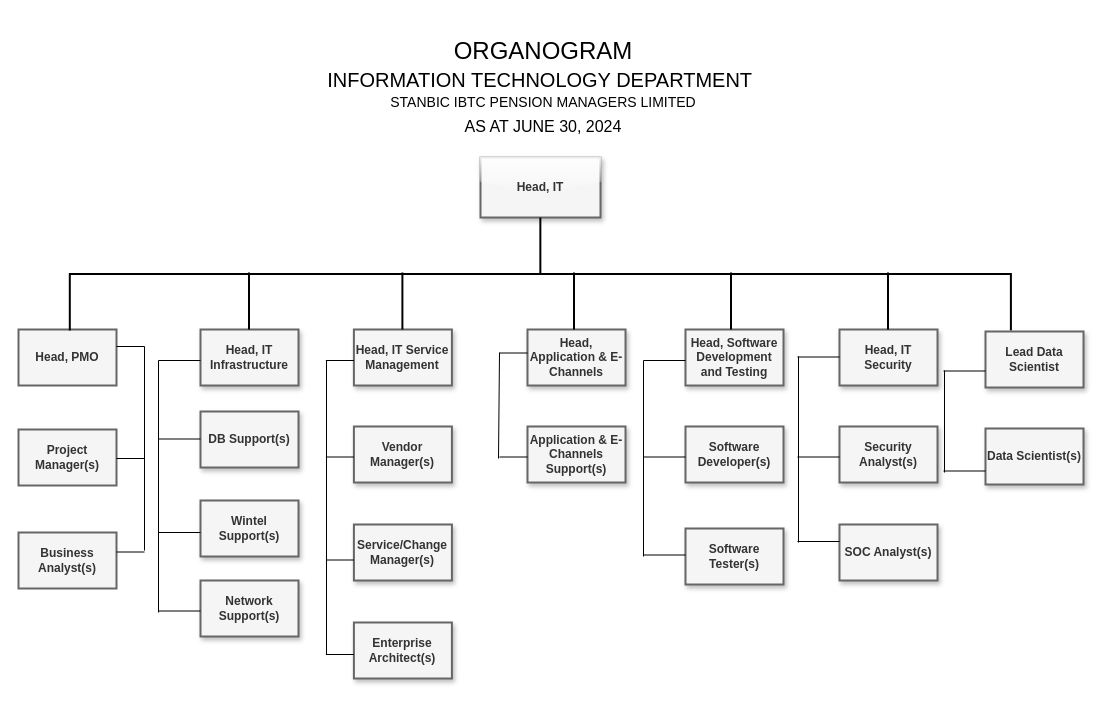
This is organogram.drawio from Great-B/standard-arch-diagrams, a draw.io file, before an edit. Source tidied: cells renumbered, new cells numbered last; positions are measured from the earlier drawing's top-left corner, leaving out a move shared by most shapes. Both pictures are drawn from the tidied source at 100%, with x=0, y=0 at pixel (18, -197).
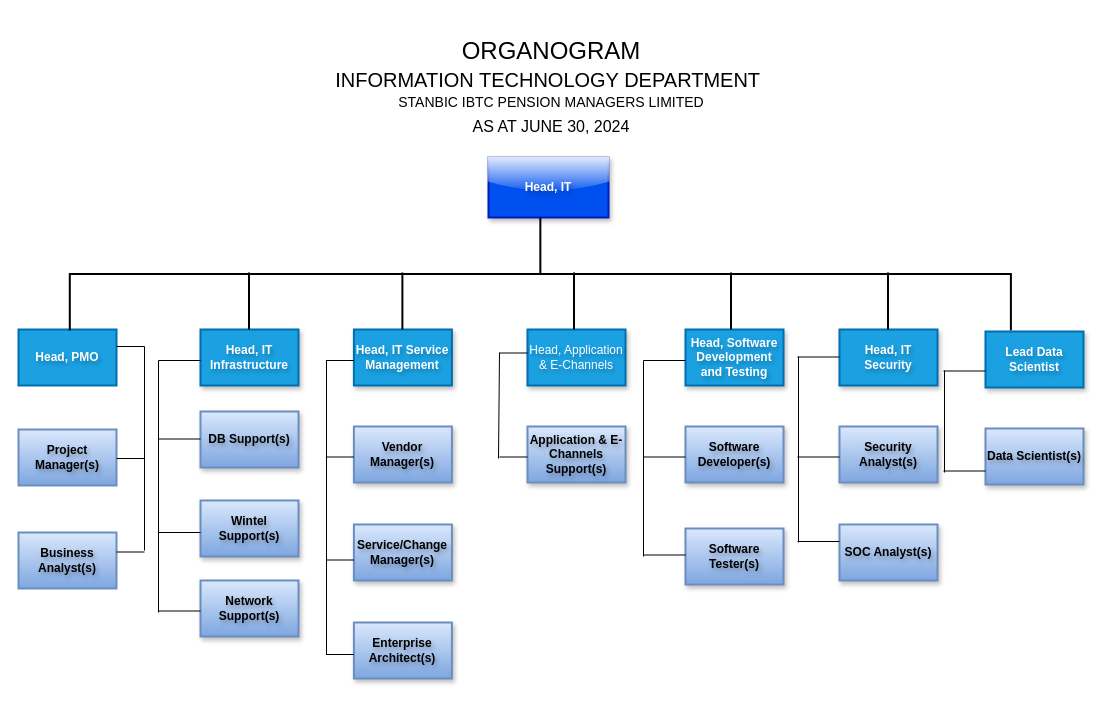
The same page after the edit.

The edit, as a diff of the source:
```diff
@@
-    <mxCell id="2" value="&lt;b&gt;Head, IT&lt;/b&gt;" style="rounded=0;whiteSpace=wrap;html=1;strokeWidth=2;perimeterSpacing=0;glass=1;shadow=1;fontStyle=0;fillColor=#f5f5f5;fontColor=#333333;strokeColor=#666666;gradientColor=none;" parent="1" vertex="1">
-      <mxGeometry x="462" y="354" width="120" height="60" as="geometry" />
+    <mxCell id="2" value="&lt;b&gt;Head, IT&lt;/b&gt;" style="rounded=0;whiteSpace=wrap;html=1;strokeWidth=2;perimeterSpacing=0;glass=1;shadow=1;fontStyle=0;fillColor=#0050ef;strokeColor=#001DBC;fontColor=#ffffff;textShadow=1;" parent="1" vertex="1">
+      <mxGeometry x="470" y="354" width="120" height="60" as="geometry" />
     </mxCell>
     <mxCell id="3" value="&lt;font style=&quot;font-size: 24px;&quot;&gt;ORGANOGRAM&lt;br&gt;&lt;/font&gt;&lt;div style=&quot;&quot;&gt;&lt;font style=&quot;&quot;&gt;&lt;font style=&quot;&quot;&gt;&lt;span style=&quot;background-color: initial;&quot;&gt;&lt;font style=&quot;font-size: 20px;&quot;&gt;INFORMATION TECHNOLOGY DEPARTMENT&lt;/font&gt;&lt;/span&gt;&lt;span style=&quot;font-size: 24px; background-color: initial;&quot;&gt;&amp;nbsp;&lt;br&gt;&lt;/span&gt;&lt;font style=&quot;font-size: 14px;&quot;&gt;STANBIC IBTC PENSION MANAGERS LIMITED&lt;/font&gt;&lt;/font&gt;&lt;/font&gt;&lt;div style=&quot;font-size: 23px;&quot;&gt;&lt;font size=&quot;3&quot; style=&quot;&quot;&gt;AS AT JUNE 30, 2024&lt;/font&gt;&lt;/div&gt;&lt;/div&gt;" style="rounded=0;whiteSpace=wrap;html=1;strokeColor=none;fillColor=none;" parent="1" vertex="1">
-      <mxGeometry x="28" y="214" width="994" height="140" as="geometry" />
+      <mxGeometry x="36" y="214" width="994" height="140" as="geometry" />
     </mxCell>
-    <mxCell id="4" value="&lt;b&gt;Head, PMO&lt;/b&gt;" style="rounded=0;whiteSpace=wrap;html=1;strokeWidth=2;perimeterSpacing=0;glass=0;shadow=0;fontStyle=0;fillColor=#f5f5f5;fontColor=#333333;strokeColor=#666666;gradientColor=none;" parent="1" vertex="1">
+    <mxCell id="4" value="&lt;b&gt;Head, PMO&lt;/b&gt;" style="rounded=0;whiteSpace=wrap;html=1;strokeWidth=2;perimeterSpacing=0;glass=0;shadow=0;fontStyle=0;fillColor=#1ba1e2;fontColor=#ffffff;strokeColor=#006EAF;textShadow=1;" parent="1" vertex="1">
       <mxGeometry y="526" width="98" height="56" as="geometry" />
     </mxCell>
-    <mxCell id="5" value="&lt;b&gt;Head, IT Infrastructure&lt;/b&gt;" style="rounded=0;whiteSpace=wrap;html=1;strokeWidth=2;perimeterSpacing=0;glass=0;shadow=1;fontStyle=0;fillColor=#f5f5f5;fontColor=#333333;strokeColor=#666666;gradientColor=none;" parent="1" vertex="1">
+    <mxCell id="5" value="&lt;b&gt;Head, IT Infrastructure&lt;/b&gt;" style="rounded=0;whiteSpace=wrap;html=1;strokeWidth=2;perimeterSpacing=0;glass=0;shadow=1;fontStyle=0;fillColor=#1ba1e2;fontColor=#ffffff;strokeColor=#006EAF;textShadow=1;" parent="1" vertex="1">
       <mxGeometry x="182" y="526" width="98" height="56" as="geometry" />
     </mxCell>
-    <mxCell id="6" value="&lt;b&gt;Head, IT Service Management&lt;/b&gt;" style="rounded=0;whiteSpace=wrap;html=1;strokeWidth=2;perimeterSpacing=0;glass=0;shadow=1;fontStyle=0;fillColor=#f5f5f5;fontColor=#333333;strokeColor=#666666;gradientColor=none;" parent="1" vertex="1">
+    <mxCell id="6" value="&lt;b&gt;Head, IT Service Management&lt;/b&gt;" style="rounded=0;whiteSpace=wrap;html=1;strokeWidth=2;perimeterSpacing=0;glass=0;shadow=1;fontStyle=0;fillColor=#1ba1e2;fontColor=#ffffff;strokeColor=#006EAF;textShadow=1;" parent="1" vertex="1">
       <mxGeometry x="335.4" y="526" width="98" height="56" as="geometry" />
     </mxCell>
-    <mxCell id="7" value="&lt;b&gt;Head, Application &amp;amp; E-Channels&lt;/b&gt;" style="rounded=0;whiteSpace=wrap;html=1;strokeWidth=2;perimeterSpacing=0;glass=0;shadow=1;fontStyle=0;fillColor=#f5f5f5;fontColor=#333333;strokeColor=#666666;gradientColor=none;" parent="1" vertex="1">
+    <mxCell id="7" value="Head, Application &amp;amp; E-Channels" style="rounded=0;strokeWidth=2;perimeterSpacing=0;glass=0;shadow=1;fontStyle=0;fillColor=#1ba1e2;fontColor=#ffffff;strokeColor=#006EAF;textShadow=1;whiteSpace=wrap;html=1;" parent="1" vertex="1">
       <mxGeometry x="509" y="526" width="98" height="56" as="geometry" />
     </mxCell>
-    <mxCell id="8" value="&lt;b&gt;Head, Software Development and Testing&lt;/b&gt;" style="rounded=0;whiteSpace=wrap;html=1;strokeWidth=2;perimeterSpacing=0;glass=0;shadow=1;fontStyle=0;fillColor=#f5f5f5;fontColor=#333333;strokeColor=#666666;gradientColor=none;" parent="1" vertex="1">
+    <mxCell id="8" value="&lt;b&gt;Head, Software Development and Testing&lt;/b&gt;" style="rounded=0;whiteSpace=wrap;html=1;strokeWidth=2;perimeterSpacing=0;glass=0;shadow=1;fontStyle=0;fillColor=#1ba1e2;fontColor=#ffffff;strokeColor=#006EAF;textShadow=1;" parent="1" vertex="1">
       <mxGeometry x="667" y="526" width="98" height="56" as="geometry" />
     </mxCell>
-    <mxCell id="9" value="&lt;b&gt;Head, IT Security&lt;/b&gt;" style="rounded=0;whiteSpace=wrap;html=1;strokeWidth=2;perimeterSpacing=0;glass=0;shadow=1;fontStyle=0;fillColor=#f5f5f5;fontColor=#333333;strokeColor=#666666;gradientColor=none;" parent="1" vertex="1">
+    <mxCell id="9" value="&lt;b&gt;Head, IT Security&lt;/b&gt;" style="rounded=0;whiteSpace=wrap;html=1;strokeWidth=2;perimeterSpacing=0;glass=0;shadow=1;fontStyle=0;fillColor=#1ba1e2;fontColor=#ffffff;strokeColor=#006EAF;textShadow=1;" parent="1" vertex="1">
       <mxGeometry x="821" y="526" width="98" height="56" as="geometry" />
     </mxCell>
@@
-    <mxCell id="11" value="&lt;b&gt;Project Manager(s)&lt;/b&gt;" style="rounded=0;whiteSpace=wrap;html=1;strokeWidth=2;perimeterSpacing=0;glass=0;shadow=0;fontStyle=0;fillColor=#f5f5f5;fontColor=#333333;strokeColor=#666666;gradientColor=none;" parent="1" vertex="1">
+    <mxCell id="11" value="&lt;b&gt;Project Manager(s)&lt;/b&gt;" style="rounded=0;whiteSpace=wrap;html=1;strokeWidth=2;perimeterSpacing=0;glass=0;shadow=0;fontStyle=0;fillColor=#dae8fc;strokeColor=#6c8ebf;gradientColor=#7ea6e0;labelBackgroundColor=none;labelBorderColor=none;textShadow=1;" parent="1" vertex="1">
       <mxGeometry y="626" width="98" height="56" as="geometry" />
     </mxCell>
-    <mxCell id="12" value="&lt;b&gt;Business Analyst(s)&lt;/b&gt;" style="rounded=0;whiteSpace=wrap;html=1;strokeWidth=2;perimeterSpacing=0;glass=0;shadow=0;fontStyle=0;fillColor=#f5f5f5;fontColor=#333333;strokeColor=#666666;gradientColor=none;" parent="1" vertex="1">
+    <mxCell id="12" value="&lt;b&gt;Business Analyst(s)&lt;/b&gt;" style="rounded=0;whiteSpace=wrap;html=1;strokeWidth=2;perimeterSpacing=0;glass=0;shadow=0;fontStyle=0;fillColor=#dae8fc;strokeColor=#6c8ebf;gradientColor=#7ea6e0;textShadow=1;" parent="1" vertex="1">
       <mxGeometry y="729" width="98" height="56" as="geometry" />
     </mxCell>
-    <mxCell id="13" value="&lt;b&gt;DB Support(s)&lt;/b&gt;" style="rounded=0;whiteSpace=wrap;html=1;strokeWidth=2;perimeterSpacing=0;glass=0;shadow=1;fontStyle=0;fillColor=#f5f5f5;fontColor=#333333;strokeColor=#666666;gradientColor=none;" parent="1" vertex="1">
+    <mxCell id="13" value="&lt;b&gt;DB Support(s)&lt;/b&gt;" style="rounded=0;whiteSpace=wrap;html=1;strokeWidth=2;perimeterSpacing=0;glass=0;shadow=1;fontStyle=0;fillColor=#dae8fc;strokeColor=#6c8ebf;gradientColor=#7ea6e0;textShadow=1;" parent="1" vertex="1">
       <mxGeometry x="182" y="608" width="98" height="56" as="geometry" />
     </mxCell>
-    <mxCell id="14" value="&lt;b&gt;Vendor Manager(s)&lt;/b&gt;" style="rounded=0;whiteSpace=wrap;html=1;strokeWidth=2;perimeterSpacing=0;glass=0;shadow=1;fontStyle=0;fillColor=#f5f5f5;fontColor=#333333;strokeColor=#666666;gradientColor=none;" parent="1" vertex="1">
+    <mxCell id="14" value="&lt;b&gt;Vendor Manager(s)&lt;/b&gt;" style="rounded=0;whiteSpace=wrap;html=1;strokeWidth=2;perimeterSpacing=0;glass=0;shadow=1;fontStyle=0;fillColor=#dae8fc;strokeColor=#6c8ebf;gradientColor=#7ea6e0;textShadow=1;" parent="1" vertex="1">
       <mxGeometry x="335.4" y="623" width="98" height="56" as="geometry" />
     </mxCell>
-    <mxCell id="15" value="&lt;b&gt;Service/Change Manager(s)&lt;br&gt;&lt;/b&gt;" style="rounded=0;whiteSpace=wrap;html=1;strokeWidth=2;perimeterSpacing=0;glass=0;shadow=1;fontStyle=0;fillColor=#f5f5f5;fontColor=#333333;strokeColor=#666666;gradientColor=none;" parent="1" vertex="1">
+    <mxCell id="15" value="&lt;b&gt;Service/Change Manager(s)&lt;br&gt;&lt;/b&gt;" style="rounded=0;whiteSpace=wrap;html=1;strokeWidth=2;perimeterSpacing=0;glass=0;shadow=1;fontStyle=0;fillColor=#dae8fc;strokeColor=#6c8ebf;gradientColor=#7ea6e0;textShadow=1;" parent="1" vertex="1">
       <mxGeometry x="335.4" y="721" width="98" height="56" as="geometry" />
     </mxCell>
-    <mxCell id="16" value="&lt;b&gt;Enterprise Architect(s)&lt;/b&gt;" style="rounded=0;whiteSpace=wrap;html=1;strokeWidth=2;perimeterSpacing=0;glass=0;shadow=1;fontStyle=0;fillColor=#f5f5f5;fontColor=#333333;strokeColor=#666666;gradientColor=none;" parent="1" vertex="1">
+    <mxCell id="16" value="&lt;b&gt;Enterprise Architect(s)&lt;/b&gt;" style="rounded=0;whiteSpace=wrap;html=1;strokeWidth=2;perimeterSpacing=0;glass=0;shadow=1;fontStyle=0;fillColor=#dae8fc;strokeColor=#6c8ebf;gradientColor=#7ea6e0;textShadow=1;" parent="1" vertex="1">
       <mxGeometry x="335.4" y="819" width="98" height="56" as="geometry" />
     </mxCell>
-    <mxCell id="17" value="&lt;b&gt;Application &amp;amp; E-Channels Support(s)&lt;/b&gt;" style="rounded=0;whiteSpace=wrap;html=1;strokeWidth=2;perimeterSpacing=0;glass=0;shadow=1;fontStyle=0;fillColor=#f5f5f5;fontColor=#333333;strokeColor=#666666;gradientColor=none;" parent="1" vertex="1">
+    <mxCell id="17" value="&lt;b&gt;Application &amp;amp; E-Channels Support(s)&lt;/b&gt;" style="rounded=0;whiteSpace=wrap;html=1;strokeWidth=2;perimeterSpacing=0;glass=0;shadow=1;fontStyle=0;fillColor=#dae8fc;strokeColor=#6c8ebf;gradientColor=#7ea6e0;textShadow=1;" parent="1" vertex="1">
       <mxGeometry x="509" y="623" width="98" height="56" as="geometry" />
     </mxCell>
-    <mxCell id="18" value="&lt;b&gt;Software Developer(s)&lt;/b&gt;" style="rounded=0;whiteSpace=wrap;html=1;strokeWidth=2;perimeterSpacing=0;glass=0;shadow=1;fontStyle=0;fillColor=#f5f5f5;fontColor=#333333;strokeColor=#666666;gradientColor=none;" parent="1" vertex="1">
+    <mxCell id="18" value="&lt;b&gt;Software Developer(s)&lt;/b&gt;" style="rounded=0;whiteSpace=wrap;html=1;strokeWidth=2;perimeterSpacing=0;glass=0;shadow=1;fontStyle=0;fillColor=#dae8fc;strokeColor=#6c8ebf;gradientColor=#7ea6e0;textShadow=1;" parent="1" vertex="1">
       <mxGeometry x="667" y="623" width="98" height="56" as="geometry" />
     </mxCell>
-    <mxCell id="19" value="&lt;b&gt;Security Analyst(s)&lt;/b&gt;" style="rounded=0;whiteSpace=wrap;html=1;strokeWidth=2;perimeterSpacing=0;glass=0;shadow=1;fontStyle=0;fillColor=#f5f5f5;fontColor=#333333;strokeColor=#666666;gradientColor=none;" parent="1" vertex="1">
+    <mxCell id="19" value="&lt;b&gt;Security Analyst(s)&lt;/b&gt;" style="rounded=0;whiteSpace=wrap;html=1;strokeWidth=2;perimeterSpacing=0;glass=0;shadow=1;fontStyle=0;fillColor=#dae8fc;strokeColor=#6c8ebf;gradientColor=#7ea6e0;textShadow=1;" parent="1" vertex="1">
       <mxGeometry x="821" y="623" width="98" height="56" as="geometry" />
     </mxCell>
-    <mxCell id="20" value="&lt;b&gt;SOC Analyst(s)&lt;/b&gt;" style="rounded=0;whiteSpace=wrap;html=1;strokeWidth=2;perimeterSpacing=0;glass=0;shadow=1;fontStyle=0;fillColor=#f5f5f5;fontColor=#333333;strokeColor=#666666;gradientColor=none;" parent="1" vertex="1">
+    <mxCell id="20" value="&lt;b&gt;SOC Analyst(s)&lt;/b&gt;" style="rounded=0;whiteSpace=wrap;html=1;strokeWidth=2;perimeterSpacing=0;glass=0;shadow=1;fontStyle=0;fillColor=#dae8fc;strokeColor=#6c8ebf;gradientColor=#7ea6e0;textShadow=1;" parent="1" vertex="1">
       <mxGeometry x="821" y="721" width="98" height="56" as="geometry" />
     </mxCell>
-    <mxCell id="21" value="&lt;b&gt;Wintel Support(s)&lt;/b&gt;" style="rounded=0;whiteSpace=wrap;html=1;strokeWidth=2;perimeterSpacing=0;glass=0;shadow=1;fontStyle=0;fillColor=#f5f5f5;fontColor=#333333;strokeColor=#666666;gradientColor=none;" parent="1" vertex="1">
+    <mxCell id="21" value="&lt;b&gt;Wintel Support(s)&lt;/b&gt;" style="rounded=0;whiteSpace=wrap;html=1;strokeWidth=2;perimeterSpacing=0;glass=0;shadow=1;fontStyle=0;fillColor=#dae8fc;strokeColor=#6c8ebf;gradientColor=#7ea6e0;textShadow=1;" parent="1" vertex="1">
       <mxGeometry x="182" y="697" width="98" height="56" as="geometry" />
     </mxCell>
-    <mxCell id="22" value="&lt;b&gt;Network Support(s)&lt;/b&gt;" style="rounded=0;whiteSpace=wrap;html=1;strokeWidth=2;perimeterSpacing=0;glass=0;shadow=1;fontStyle=0;fillColor=#f5f5f5;fontColor=#333333;strokeColor=#666666;gradientColor=none;" parent="1" vertex="1">
+    <mxCell id="22" value="&lt;b&gt;Network Support(s)&lt;/b&gt;" style="rounded=0;whiteSpace=wrap;html=1;strokeWidth=2;perimeterSpacing=0;glass=0;shadow=1;fontStyle=0;fillColor=#dae8fc;strokeColor=#6c8ebf;gradientColor=#7ea6e0;textShadow=1;" parent="1" vertex="1">
       <mxGeometry x="182" y="777" width="98" height="56" as="geometry" />
     </mxCell>
-    <mxCell id="23" value="&lt;b&gt;Software Tester(s)&lt;/b&gt;" style="rounded=0;whiteSpace=wrap;html=1;strokeWidth=2;perimeterSpacing=0;glass=0;shadow=1;fontStyle=0;fillColor=#f5f5f5;fontColor=#333333;strokeColor=#666666;gradientColor=none;" parent="1" vertex="1">
+    <mxCell id="23" value="&lt;b&gt;Software Tester(s)&lt;/b&gt;" style="rounded=0;whiteSpace=wrap;html=1;strokeWidth=2;perimeterSpacing=0;glass=0;shadow=1;fontStyle=0;fillColor=#dae8fc;strokeColor=#6c8ebf;gradientColor=#7ea6e0;textShadow=1;" parent="1" vertex="1">
       <mxGeometry x="667" y="725" width="98" height="56" as="geometry" />
     </mxCell>
@@
-    <mxCell id="53" value="&lt;b&gt;Lead Data Scientist&lt;/b&gt;" style="rounded=0;whiteSpace=wrap;html=1;strokeWidth=2;perimeterSpacing=0;glass=0;shadow=1;fontStyle=0;fillColor=#f5f5f5;fontColor=#333333;strokeColor=#666666;gradientColor=none;" parent="1" vertex="1">
+    <mxCell id="53" value="&lt;b&gt;Lead Data Scientist&lt;/b&gt;" style="rounded=0;whiteSpace=wrap;html=1;strokeWidth=2;perimeterSpacing=0;glass=0;shadow=1;fontStyle=0;fillColor=#1ba1e2;fontColor=#ffffff;strokeColor=#006EAF;textShadow=1;" parent="1" vertex="1">
       <mxGeometry x="967" y="528" width="98" height="56" as="geometry" />
     </mxCell>
-    <mxCell id="54" value="&lt;b&gt;Data Scientist(s)&lt;/b&gt;" style="rounded=0;whiteSpace=wrap;html=1;strokeWidth=2;perimeterSpacing=0;glass=0;shadow=1;fontStyle=0;fillColor=#f5f5f5;fontColor=#333333;strokeColor=#666666;gradientColor=none;" parent="1" vertex="1">
+    <mxCell id="54" value="&lt;b&gt;Data Scientist(s)&lt;/b&gt;" style="rounded=0;whiteSpace=wrap;html=1;strokeWidth=2;perimeterSpacing=0;glass=0;shadow=1;fontStyle=0;fillColor=#dae8fc;strokeColor=#6c8ebf;gradientColor=#7ea6e0;textShadow=1;" parent="1" vertex="1">
       <mxGeometry x="967" y="625" width="98" height="56" as="geometry" />
     </mxCell>
```
